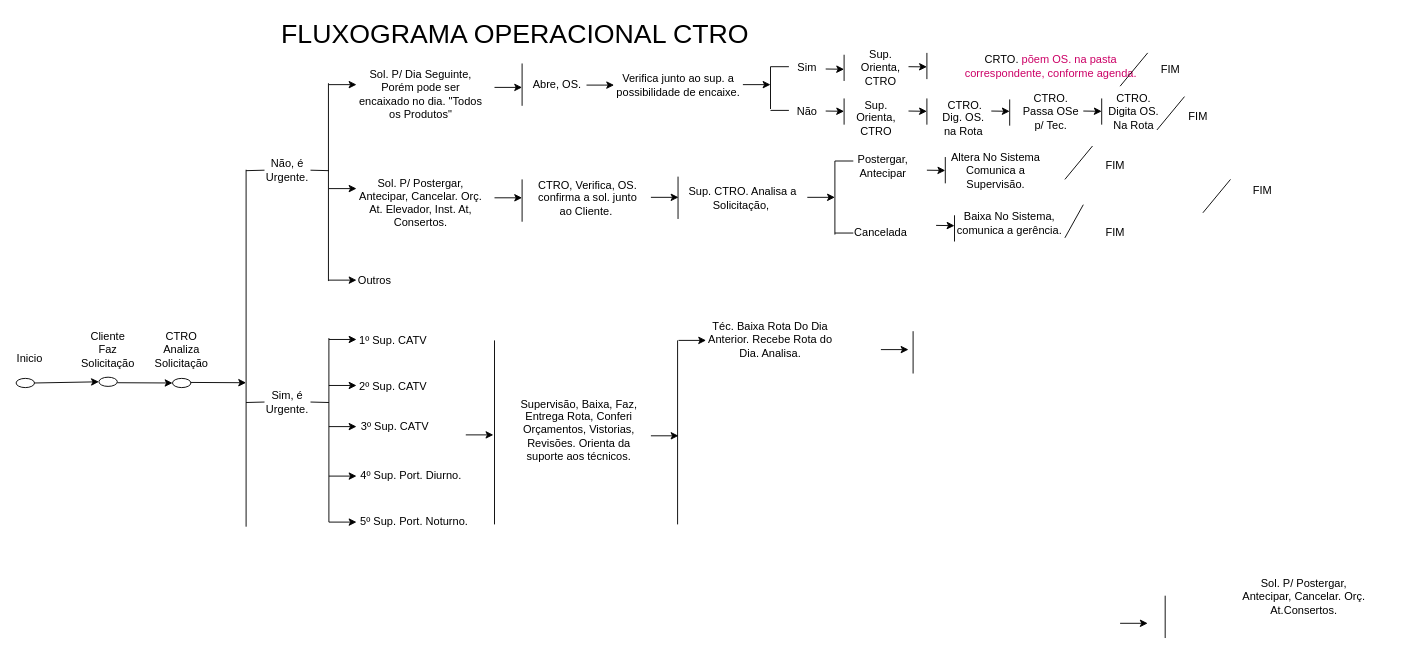
The draw.io diagram page "Page-1" (1 of 4) of Untitled Diagram.drawio in policond/teste, before the edit. Source tidied: cells renumbered, new cells numbered last; positions are measured from the earlier drawing's top-left corner, leaving out a move shared by most shapes. Both pictures are drawn from the tidied source at 92%, with x=0, y=0 at pixel (16, 16).
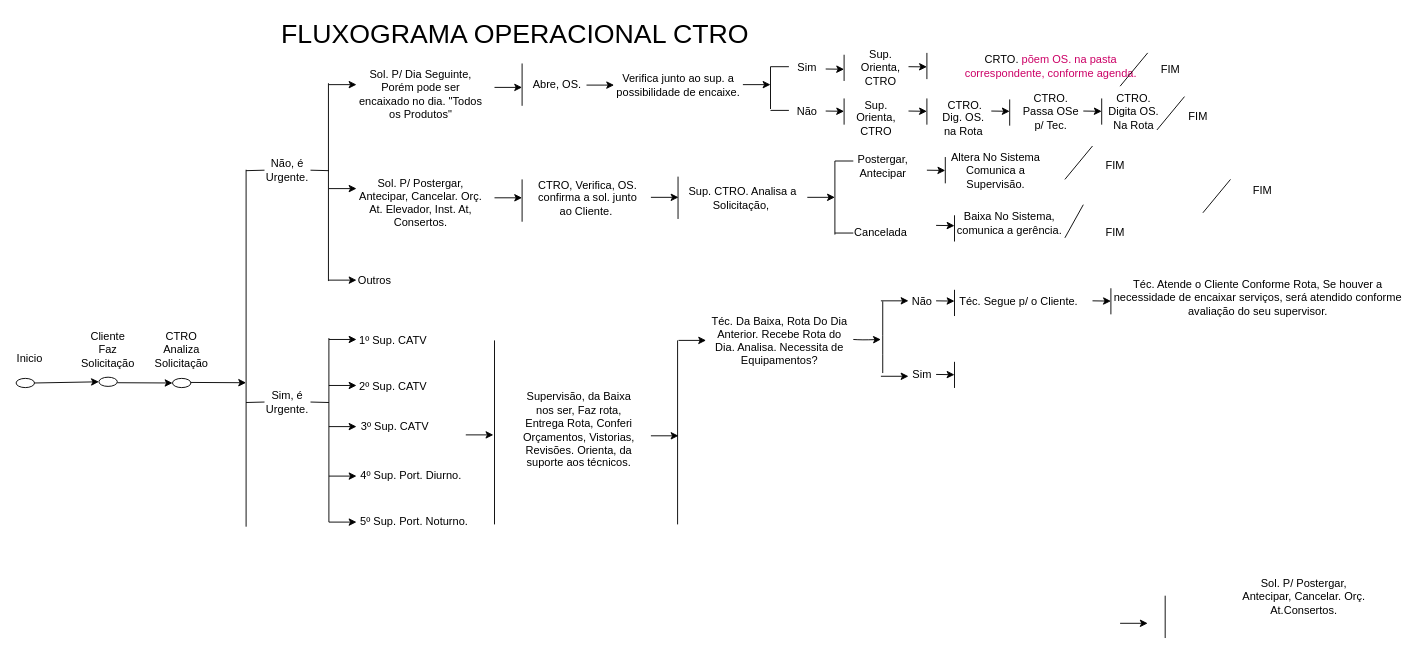
The same page after the edit.

Change to the diagram source:
```diff
@@
-    <mxCell id="98" value="Supervisão, Baixa, Faz, Entrega Rota, Conferi Orçamentos, Vistorias, Revisões. Orienta da suporte aos técnicos." style="text;html=1;strokeColor=none;fillColor=none;align=center;verticalAlign=middle;whiteSpace=wrap;rounded=0;" parent="1" vertex="1">
+    <mxCell id="98" value="Supervisão, da Baixa nos ser, Faz rota, Entrega Rota, Conferi Orçamentos, Vistorias, Revisões. Orienta, da suporte aos técnicos." style="text;html=1;strokeColor=none;fillColor=none;align=center;verticalAlign=middle;whiteSpace=wrap;rounded=0;" parent="1" vertex="1">
       <mxGeometry x="542.5" y="400" width="137.5" height="100" as="geometry" />
     </mxCell>
@@
-    <mxCell id="101" value="Téc. Baixa Rota Do Dia Anterior. Recebe Rota do Dia. Analisa." style="text;html=1;strokeColor=none;fillColor=none;align=center;verticalAlign=middle;whiteSpace=wrap;rounded=0;" parent="1" vertex="1">
-      <mxGeometry x="750" y="331.2" width="140" height="42.5" as="geometry" />
+    <mxCell id="101" value="Téc. Da Baixa, Rota Do Dia Anterior. Recebe Rota do Dia. Analisa. Necessita de Equipamentos?" style="text;html=1;strokeColor=none;fillColor=none;align=center;verticalAlign=middle;whiteSpace=wrap;rounded=0;" parent="1" vertex="1">
+      <mxGeometry x="750" y="320" width="160" height="65" as="geometry" />
     </mxCell>
@@
     <mxCell id="103" style="endArrow=none;html=1;" parent="1" edge="1">
       <mxGeometry relative="1" as="geometry">
-        <mxPoint x="975" y="388.5" as="sourcePoint" />
-        <mxPoint x="975" y="342.5" as="targetPoint" />
+        <mxPoint x="942" y="388" as="sourcePoint" />
+        <mxPoint x="942" y="310" as="targetPoint" />
+        <Array as="points">
+          <mxPoint x="942" y="357.5" />
+        </Array>
       </mxGeometry>
     </mxCell>
     <mxCell id="104" style="endArrow=classic;html=1;" parent="1" edge="1">
       <mxGeometry relative="1" as="geometry">
-        <mxPoint x="940" y="362.5" as="sourcePoint" />
-        <mxPoint x="970" y="362.5" as="targetPoint" />
+        <mxPoint x="910" y="351.5" as="sourcePoint" />
+        <mxPoint x="940" y="351.5" as="targetPoint" />
+        <Array as="points">
+          <mxPoint x="920" y="352" />
+        </Array>
       </mxGeometry>
     </mxCell>
@@
+    <mxCell id="106" style="endArrow=classic;html=1;" parent="1" edge="1">
+      <mxGeometry relative="1" as="geometry">
+        <mxPoint x="940" y="309.5" as="sourcePoint" />
+        <mxPoint x="970" y="309.5" as="targetPoint" />
+      </mxGeometry>
+    </mxCell>
+    <mxCell id="107" value="Não" style="text;html=1;strokeColor=none;fillColor=none;align=center;verticalAlign=middle;whiteSpace=wrap;rounded=0;" parent="1" vertex="1">
+      <mxGeometry x="970" y="300" width="30" height="20" as="geometry" />
+    </mxCell>
+    <mxCell id="108" value="Sim" style="text;html=1;strokeColor=none;fillColor=none;align=center;verticalAlign=middle;whiteSpace=wrap;rounded=0;" parent="1" vertex="1">
+      <mxGeometry x="970" y="380" width="30" height="20" as="geometry" />
+    </mxCell>
+    <mxCell id="109" style="endArrow=classic;html=1;" parent="1" edge="1">
+      <mxGeometry relative="1" as="geometry">
+        <mxPoint x="940" y="391.5" as="sourcePoint" />
+        <mxPoint x="970" y="391.5" as="targetPoint" />
+      </mxGeometry>
+    </mxCell>
+    <mxCell id="110" style="endArrow=classic;html=1;" parent="1" edge="1">
+      <mxGeometry relative="1" as="geometry">
+        <mxPoint x="1000" y="309.5" as="sourcePoint" />
+        <mxPoint x="1020" y="309.8" as="targetPoint" />
+      </mxGeometry>
+    </mxCell>
+    <mxCell id="111" style="endArrow=none;html=1;" parent="1" edge="1">
+      <mxGeometry relative="1" as="geometry">
+        <mxPoint x="1020" y="326" as="sourcePoint" />
+        <mxPoint x="1020" y="297.5" as="targetPoint" />
+      </mxGeometry>
+    </mxCell>
+    <mxCell id="112" style="endArrow=classic;html=1;" parent="1" edge="1">
+      <mxGeometry relative="1" as="geometry">
+        <mxPoint x="1000" y="389.5" as="sourcePoint" />
+        <mxPoint x="1020" y="389.8" as="targetPoint" />
+      </mxGeometry>
+    </mxCell>
+    <mxCell id="113" style="endArrow=none;html=1;" parent="1" edge="1">
+      <mxGeometry relative="1" as="geometry">
+        <mxPoint x="1020" y="404.2" as="sourcePoint" />
+        <mxPoint x="1020" y="375.8" as="targetPoint" />
+      </mxGeometry>
+    </mxCell>
+    <mxCell id="114" value="Téc. Segue p/ o Cliente." style="text;html=1;strokeColor=none;fillColor=none;align=center;verticalAlign=middle;whiteSpace=wrap;rounded=0;" parent="1" vertex="1">
+      <mxGeometry x="1020" y="300" width="140" height="20" as="geometry" />
+    </mxCell>
+    <mxCell id="115" style="endArrow=classic;html=1;" parent="1" edge="1">
+      <mxGeometry relative="1" as="geometry">
+        <mxPoint x="1170" y="309.5" as="sourcePoint" />
+        <mxPoint x="1190" y="309.8" as="targetPoint" />
+      </mxGeometry>
+    </mxCell>
+    <mxCell id="116" style="endArrow=none;html=1;" parent="1" edge="1">
+      <mxGeometry relative="1" as="geometry">
+        <mxPoint x="1190" y="324.2" as="sourcePoint" />
+        <mxPoint x="1190" y="295.8" as="targetPoint" />
+      </mxGeometry>
+    </mxCell>
+    <mxCell id="117" value="Téc. Atende o Cliente Conforme Rota, Se houver a necessidade de encaixar serviços, será atendido conforme avaliação do seu supervisor." style="text;html=1;strokeColor=none;fillColor=none;align=center;verticalAlign=middle;whiteSpace=wrap;rounded=0;" parent="1" vertex="1">
+      <mxGeometry x="1190" y="277.5" width="320" height="57.5" as="geometry" />
+    </mxCell>
```
